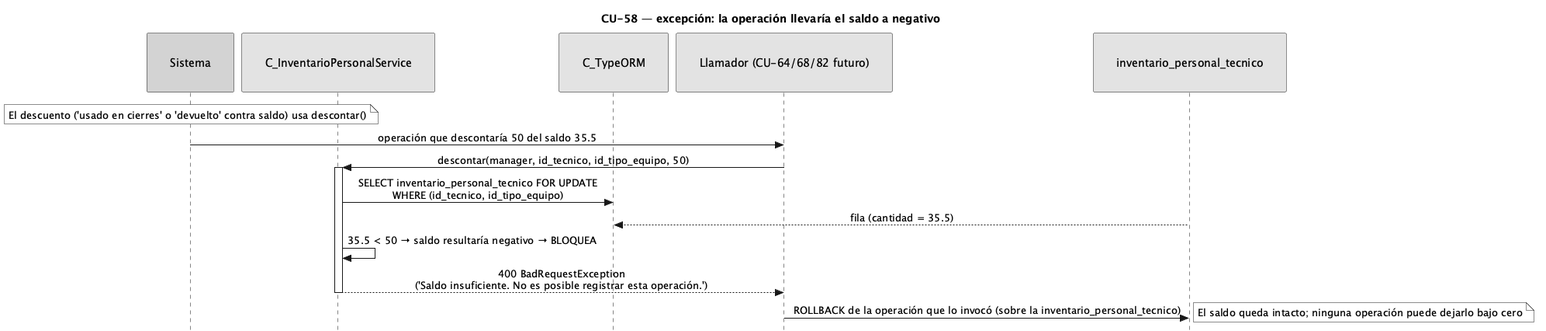
FSM-Finet-y-Cable-Magico/Team_1-Inventario-y-Bodega keeps this PlantUML diagram as diagramas/diagramas-secuencia/CU58/CU58-exc-saldo-negativo.png. Above is the earlier version.
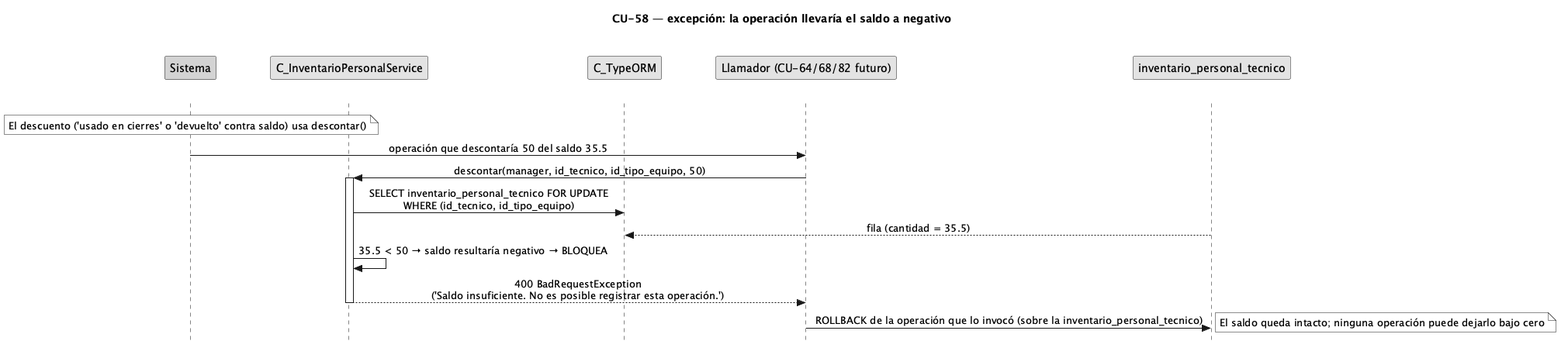
Later version of the same file.

The edit, as a diff of the source:
```diff
@@ -7,10 +7,10 @@
 <style>
 sequenceDiagram {
   participant {
-    padding 30
+    margin 30
   }
   actor {
-    padding 12
+    margin 12
   }
 }
 </style>
```
